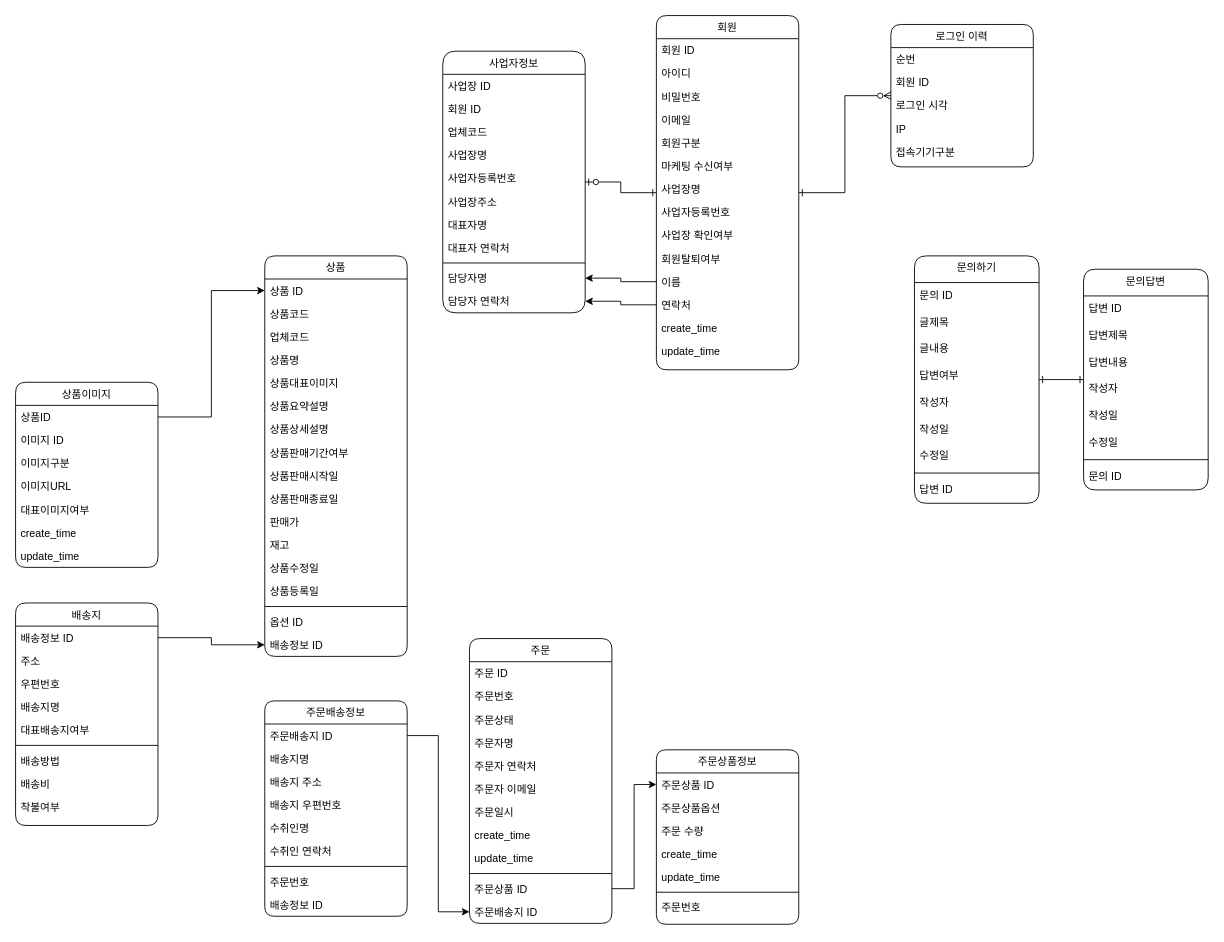
The draw.io diagram client/src/store/제목 없는 다이어그램.drawio in jenny-han/jjegot-cafe24, before the edit. Source tidied: cells renumbered, new cells numbered last; positions are measured from the earlier drawing's top-left corner, leaving out a move shared by most shapes. Both pictures are drawn from the tidied source at 89%, with x=0, y=0 at pixel (15, 15).
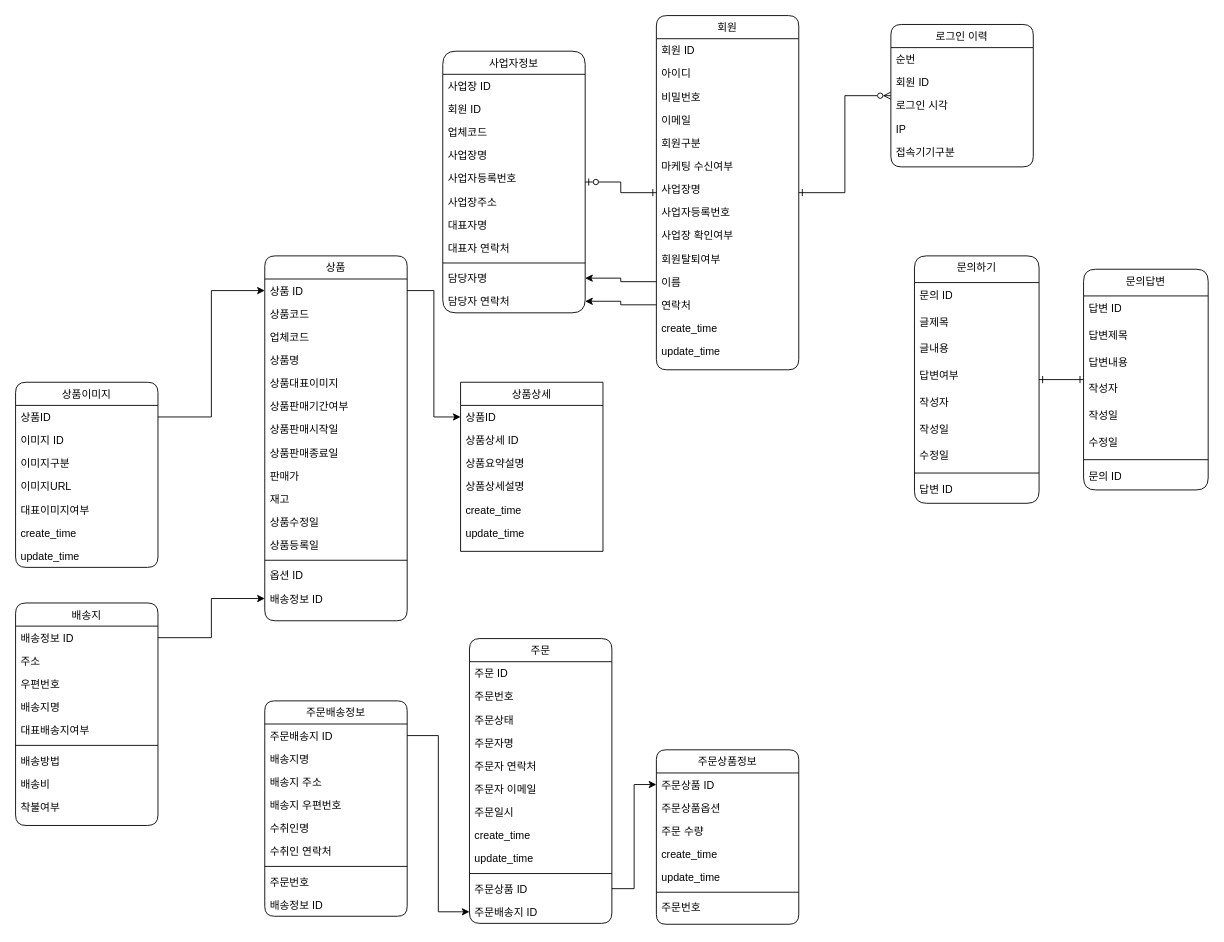
After the change.

Commit message:
제목 없는 다이어그램.drawio 업데이트

Unchanged cells that the change refers to:
```xml
<mxCell id="40" value="상품 ID" style="text;align=left;verticalAlign=top;spacingLeft=4;spacingRight=4;overflow=hidden;points=[[0,0.5],[1,0.5]];portConstraint=eastwest;rounded=1;labelBackgroundColor=none;" parent="39" vertex="1">
  <mxGeometry y="26" width="160" height="26" as="geometry" />
</mxCell>
```

Change to the diagram source:
```diff
@@
     <mxCell id="39" value="상품" style="swimlane;fontStyle=0;align=center;verticalAlign=top;horizontal=1;startSize=26;rounded=1;shadow=0;strokeWidth=1;labelBackgroundColor=none;" parent="1" vertex="1">
-      <mxGeometry x="280" y="270" width="160" height="450" as="geometry" />
+      <mxGeometry x="280" y="270" width="160" height="410" as="geometry" />
     </mxCell>
@@
-    <mxCell id="45" value="상품요약설명" style="text;align=left;verticalAlign=top;spacingLeft=4;spacingRight=4;overflow=hidden;rounded=1;labelBackgroundColor=none;" parent="39" vertex="1">
-      <mxGeometry y="156" width="160" height="26" as="geometry" />
-    </mxCell>
-    <mxCell id="46" value="상품상세설명" style="text;align=left;verticalAlign=top;spacingLeft=4;spacingRight=4;overflow=hidden;rounded=1;labelBackgroundColor=none;" parent="39" vertex="1">
-      <mxGeometry y="182" width="160" height="26" as="geometry" />
-    </mxCell>
     <mxCell id="47" value="상품판매기간여부" style="text;align=left;verticalAlign=top;spacingLeft=4;spacingRight=4;overflow=hidden;rounded=1;labelBackgroundColor=none;" parent="39" vertex="1">
-      <mxGeometry y="208" width="160" height="26" as="geometry" />
+      <mxGeometry y="156" width="160" height="26" as="geometry" />
     </mxCell>
     <mxCell id="48" value="상품판매시작일" style="text;align=left;verticalAlign=top;spacingLeft=4;spacingRight=4;overflow=hidden;rounded=1;labelBackgroundColor=none;" parent="39" vertex="1">
-      <mxGeometry y="234" width="160" height="26" as="geometry" />
+      <mxGeometry y="182" width="160" height="26" as="geometry" />
     </mxCell>
     <mxCell id="49" value="상품판매종료일" style="text;align=left;verticalAlign=top;spacingLeft=4;spacingRight=4;overflow=hidden;rounded=1;labelBackgroundColor=none;" parent="39" vertex="1">
-      <mxGeometry y="260" width="160" height="26" as="geometry" />
+      <mxGeometry y="208" width="160" height="26" as="geometry" />
     </mxCell>
     <mxCell id="50" value="판매가&#10;" style="text;align=left;verticalAlign=top;spacingLeft=4;spacingRight=4;overflow=hidden;rounded=1;labelBackgroundColor=none;" parent="39" vertex="1">
-      <mxGeometry y="286" width="160" height="26" as="geometry" />
+      <mxGeometry y="234" width="160" height="26" as="geometry" />
     </mxCell>
     <mxCell id="51" value="재고&#10;" style="text;align=left;verticalAlign=top;spacingLeft=4;spacingRight=4;overflow=hidden;rounded=1;labelBackgroundColor=none;" parent="39" vertex="1">
-      <mxGeometry y="312" width="160" height="26" as="geometry" />
+      <mxGeometry y="260" width="160" height="26" as="geometry" />
     </mxCell>
     <mxCell id="52" value="상품수정일" style="text;align=left;verticalAlign=top;spacingLeft=4;spacingRight=4;overflow=hidden;rounded=1;labelBackgroundColor=none;" parent="39" vertex="1">
-      <mxGeometry y="338" width="160" height="26" as="geometry" />
+      <mxGeometry y="286" width="160" height="26" as="geometry" />
     </mxCell>
     <mxCell id="53" value="상품등록일&#10;&#10;" style="text;align=left;verticalAlign=top;spacingLeft=4;spacingRight=4;overflow=hidden;rounded=1;labelBackgroundColor=none;" parent="39" vertex="1">
-      <mxGeometry y="364" width="160" height="26" as="geometry" />
+      <mxGeometry y="312" width="160" height="26" as="geometry" />
     </mxCell>
     <mxCell id="54" style="line;html=1;strokeWidth=1;align=left;verticalAlign=middle;spacingTop=-1;spacingLeft=3;spacingRight=3;labelPosition=right;rounded=1;labelBackgroundColor=none;" parent="39" vertex="1">
-      <mxGeometry y="390" width="160" height="8" as="geometry" />
+      <mxGeometry y="338" width="160" height="8" as="geometry" />
     </mxCell>
     <mxCell id="55" value="옵션 ID" style="text;align=left;verticalAlign=top;spacingLeft=4;spacingRight=4;overflow=hidden;rounded=1;labelBackgroundColor=none;" parent="39" vertex="1">
-      <mxGeometry y="398" width="160" height="26" as="geometry" />
+      <mxGeometry y="346" width="160" height="26" as="geometry" />
     </mxCell>
     <mxCell id="56" value="배송정보 ID" style="text;align=left;verticalAlign=top;spacingLeft=4;spacingRight=4;overflow=hidden;points=[[0,0.5],[1,0.5]];portConstraint=eastwest;rounded=1;labelBackgroundColor=none;" parent="39" vertex="1">
-      <mxGeometry y="424" width="160" height="26" as="geometry" />
+      <mxGeometry y="372" width="160" height="26" as="geometry" />
     </mxCell>
@@
+    <mxCell id="130" value="상품상세" style="swimlane;fontStyle=0;align=center;verticalAlign=top;horizontal=1;startSize=26;rounded=1;shadow=0;strokeWidth=1;labelBackgroundColor=none;arcSize=0;" parent="1" vertex="1">
+      <mxGeometry x="500" y="412" width="160" height="190" as="geometry" />
+    </mxCell>
+    <mxCell id="131" value="상품ID" style="text;align=left;verticalAlign=top;spacingLeft=4;spacingRight=4;overflow=hidden;points=[[0,0.5],[1,0.5]];portConstraint=eastwest;rounded=1;shadow=0;html=0;labelBackgroundColor=none;" parent="130" vertex="1">
+      <mxGeometry y="26" width="160" height="26" as="geometry" />
+    </mxCell>
+    <mxCell id="132" value="상품상세 ID" style="text;align=left;verticalAlign=top;spacingLeft=4;spacingRight=4;overflow=hidden;rounded=1;labelBackgroundColor=none;" parent="130" vertex="1">
+      <mxGeometry y="52" width="160" height="26" as="geometry" />
+    </mxCell>
+    <mxCell id="45" value="상품요약설명" style="text;align=left;verticalAlign=top;spacingLeft=4;spacingRight=4;overflow=hidden;rounded=1;labelBackgroundColor=none;" parent="130" vertex="1">
+      <mxGeometry y="78" width="160" height="26" as="geometry" />
+    </mxCell>
+    <mxCell id="46" value="상품상세설명" style="text;align=left;verticalAlign=top;spacingLeft=4;spacingRight=4;overflow=hidden;rounded=1;labelBackgroundColor=none;" parent="130" vertex="1">
+      <mxGeometry y="104" width="160" height="26" as="geometry" />
+    </mxCell>
+    <mxCell id="133" value="create_time" style="text;align=left;verticalAlign=top;spacingLeft=4;spacingRight=4;overflow=hidden;rounded=1;shadow=0;html=0;labelBackgroundColor=none;" parent="130" vertex="1">
+      <mxGeometry y="130" width="160" height="26" as="geometry" />
+    </mxCell>
+    <mxCell id="134" value="update_time" style="text;align=left;verticalAlign=top;spacingLeft=4;spacingRight=4;overflow=hidden;rounded=1;shadow=0;html=0;labelBackgroundColor=none;" parent="130" vertex="1">
+      <mxGeometry y="156" width="160" height="26" as="geometry" />
+    </mxCell>
+    <mxCell id="135" style="edgeStyle=orthogonalEdgeStyle;rounded=0;jettySize=auto;html=1;exitX=1;exitY=0.5;exitDx=0;exitDy=0;" parent="1" edge="1" source="40" target="131">
+      <mxGeometry relative="1" as="geometry" />
+    </mxCell>
```
